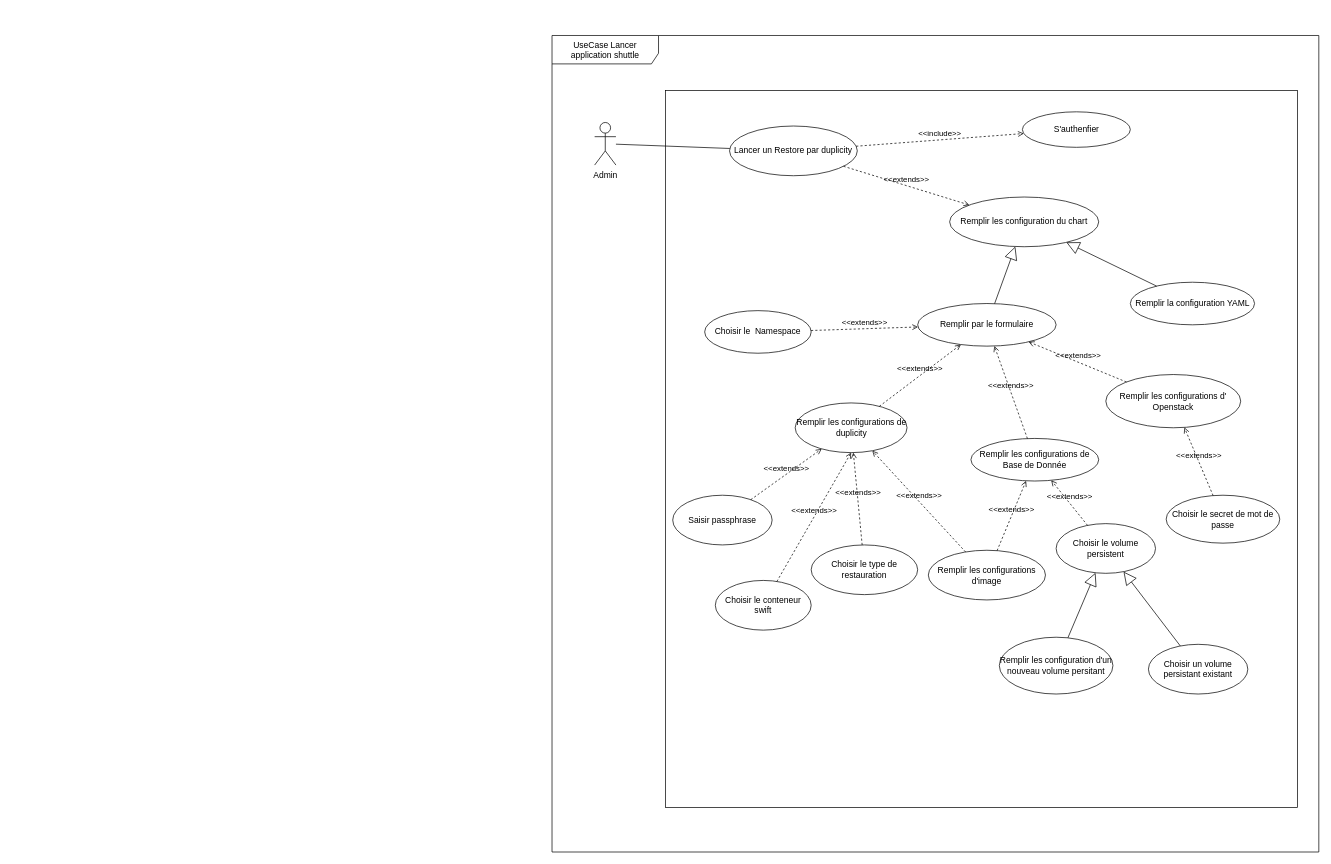
Samet-MohamedAmin/rapport_pfe keeps this draw.io diagram as page "usecase_duplicity_restore" (7 of 14) of Untitled Diagram.drawio. Above is the earlier version. Source tidied: cells renumbered, new cells numbered last; positions are measured from the earlier drawing's top-left corner, leaving out a move shared by most shapes. Both pictures are drawn from the tidied source at 71%, with x=0, y=0 at pixel (552, 35).
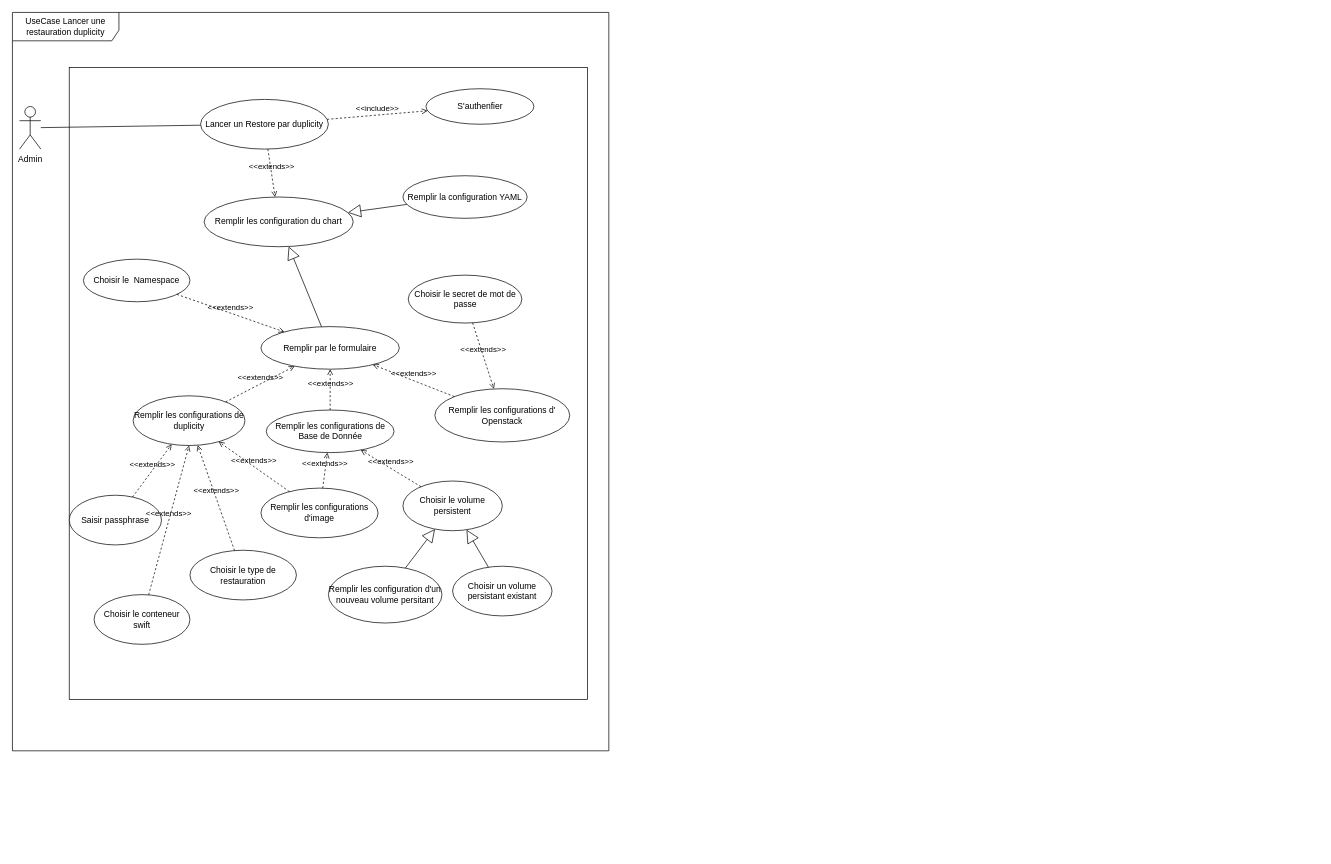
The same page after the edit.

Change to the diagram source:
```diff
@@
-    <mxCell id="2" value="&lt;div&gt;UseCase Lancer application shuttle&lt;/div&gt;" style="shape=umlFrame;whiteSpace=wrap;html=1;width=150;height=40;" parent="1" vertex="1">
-      <mxGeometry y="0.5" width="1080" height="1150" as="geometry" />
+    <mxCell id="2" value="&lt;div&gt;UseCase Lancer une restauration duplicity&lt;/div&gt;" style="shape=umlFrame;whiteSpace=wrap;html=1;width=150;height=40;" parent="1" vertex="1">
+      <mxGeometry x="-760" y="-32" width="840" height="1040" as="geometry" />
     </mxCell>
     <mxCell id="3" value="Admin" style="shape=umlActor;verticalLabelPosition=bottom;labelBackgroundColor=#ffffff;verticalAlign=top;html=1;shadow=0;perimeterSpacing=0;strokeWidth=1;" parent="1" vertex="1">
-      <mxGeometry x="60" y="123" width="30" height="60" as="geometry" />
+      <mxGeometry x="-750" y="100.5" width="30" height="60" as="geometry" />
     </mxCell>
     <mxCell id="4" style="rounded=0;whiteSpace=wrap;html=1;shadow=0;strokeWidth=1;" parent="1" vertex="1">
-      <mxGeometry x="160" y="78" width="890" height="1010" as="geometry" />
+      <mxGeometry x="-680" y="45.5" width="730" height="890" as="geometry" />
     </mxCell>
     <mxCell id="5" value="Lancer un Restore par duplicity" style="ellipse;whiteSpace=wrap;html=1;shadow=0;strokeWidth=1;" parent="1" vertex="1">
-      <mxGeometry x="250" y="128" width="180" height="70" as="geometry" />
+      <mxGeometry x="-495" y="90.5" width="180" height="70" as="geometry" />
     </mxCell>
     <mxCell id="6" value="Remplir les configuration du chart" style="ellipse;whiteSpace=wrap;html=1;shadow=0;strokeWidth=1;" parent="1" vertex="1">
-      <mxGeometry x="560" y="228" width="210" height="70" as="geometry" />
+      <mxGeometry x="-490" y="228" width="210" height="70" as="geometry" />
     </mxCell>
@@
     <mxCell id="8" style="edgeStyle=orthogonalEdgeStyle;rounded=0;orthogonalLoop=1;jettySize=auto;html=1;exitX=0.5;exitY=1;exitDx=0;exitDy=0;endArrow=block;endFill=0;" parent="1" edge="1">
       <mxGeometry relative="1" as="geometry">
-        <mxPoint x="410" y="393" as="sourcePoint" />
-        <mxPoint x="410" y="393" as="targetPoint" />
+        <mxPoint x="-430" y="360.5" as="sourcePoint" />
+        <mxPoint x="-430" y="360.5" as="targetPoint" />
       </mxGeometry>
     </mxCell>
     <mxCell id="9" value="Choisir le&amp;nbsp; Namespace" style="ellipse;whiteSpace=wrap;html=1;" parent="1" vertex="1">
-      <mxGeometry x="215" y="388" width="150" height="60" as="geometry" />
+      <mxGeometry x="-660" y="315.5" width="150" height="60" as="geometry" />
     </mxCell>
     <mxCell id="10" value="Remplir les configurations de duplicity" style="ellipse;whiteSpace=wrap;html=1;" parent="1" vertex="1">
-      <mxGeometry x="342.5" y="518" width="157.5" height="70" as="geometry" />
+      <mxGeometry x="-590" y="508" width="157.5" height="70" as="geometry" />
     </mxCell>
     <mxCell id="11" value="Remplir par le formulaire" style="ellipse;whiteSpace=wrap;html=1;" parent="1" vertex="1">
-      <mxGeometry x="515" y="378" width="195" height="60" as="geometry" />
+      <mxGeometry x="-410" y="410.5" width="195" height="60" as="geometry" />
     </mxCell>
     <mxCell id="12" value="Remplir la configuration YAML" style="ellipse;whiteSpace=wrap;html=1;" parent="1" vertex="1">
-      <mxGeometry x="814.5" y="348" width="175" height="60" as="geometry" />
+      <mxGeometry x="-210" y="198" width="175" height="60" as="geometry" />
     </mxCell>
     <mxCell id="13" value="Remplir les configurations d' Openstack" style="ellipse;whiteSpace=wrap;html=1;" parent="1" vertex="1">
-      <mxGeometry x="780" y="478" width="190" height="75" as="geometry" />
+      <mxGeometry x="-165" y="498" width="190" height="75" as="geometry" />
     </mxCell>
     <mxCell id="14" value="Remplir les configurations de Base de Donnée" style="ellipse;whiteSpace=wrap;html=1;" parent="1" vertex="1">
-      <mxGeometry x="590" y="568" width="180" height="60" as="geometry" />
+      <mxGeometry x="-402.5" y="528" width="180" height="60" as="geometry" />
     </mxCell>
     <mxCell id="15" value="S'authenfier" style="ellipse;whiteSpace=wrap;html=1;" parent="1" vertex="1">
-      <mxGeometry x="662.5" y="108" width="152" height="50" as="geometry" />
+      <mxGeometry x="-177.5" y="75.5" width="152" height="50" as="geometry" />
     </mxCell>
@@
     <mxCell id="17" value="Choisir le volume persistent" style="ellipse;whiteSpace=wrap;html=1;" parent="1" vertex="1">
-      <mxGeometry x="710" y="688" width="140" height="70" as="geometry" />
+      <mxGeometry x="-210" y="628" width="140" height="70" as="geometry" />
     </mxCell>
     <mxCell id="18" value="Choisir le type de restauration" style="ellipse;whiteSpace=wrap;html=1;" parent="1" vertex="1">
-      <mxGeometry x="365" y="718" width="150" height="70" as="geometry" />
+      <mxGeometry x="-510" y="725.5" width="150" height="70" as="geometry" />
     </mxCell>
     <mxCell id="19" value="Choisir le secret de mot de passe" style="ellipse;whiteSpace=wrap;html=1;" parent="1" vertex="1">
-      <mxGeometry x="865" y="648" width="160" height="67.5" as="geometry" />
+      <mxGeometry x="-202.5" y="338" width="160" height="67.5" as="geometry" />
     </mxCell>
     <mxCell id="20" value="Choisir un volume persistant existant" style="ellipse;whiteSpace=wrap;html=1;" parent="1" vertex="1">
-      <mxGeometry x="840" y="858" width="140" height="70" as="geometry" />
+      <mxGeometry x="-140" y="748" width="140" height="70" as="geometry" />
     </mxCell>
     <mxCell id="21" value="Remplir les configuration d'un nouveau volume persitant" style="ellipse;whiteSpace=wrap;html=1;" parent="1" vertex="1">
-      <mxGeometry x="630" y="848" width="160" height="80" as="geometry" />
+      <mxGeometry x="-315" y="748" width="160" height="80" as="geometry" />
     </mxCell>
     <mxCell id="22" value="Choisir le conteneur swift" style="ellipse;whiteSpace=wrap;html=1;" parent="1" vertex="1">
-      <mxGeometry x="230" y="768" width="135" height="70" as="geometry" />
+      <mxGeometry x="-645" y="788" width="135" height="70" as="geometry" />
     </mxCell>
     <mxCell id="23" value="Saisir passphrase" style="ellipse;whiteSpace=wrap;html=1;" parent="1" vertex="1">
-      <mxGeometry x="170" y="648" width="140" height="70" as="geometry" />
+      <mxGeometry x="-680" y="648" width="130" height="70" as="geometry" />
     </mxCell>
     <mxCell id="24" value="Remplir les configurations d'image" style="ellipse;whiteSpace=wrap;html=1;" parent="1" vertex="1">
-      <mxGeometry x="530" y="725.5" width="165" height="70" as="geometry" />
+      <mxGeometry x="-410" y="638" width="165" height="70" as="geometry" />
     </mxCell>
```
